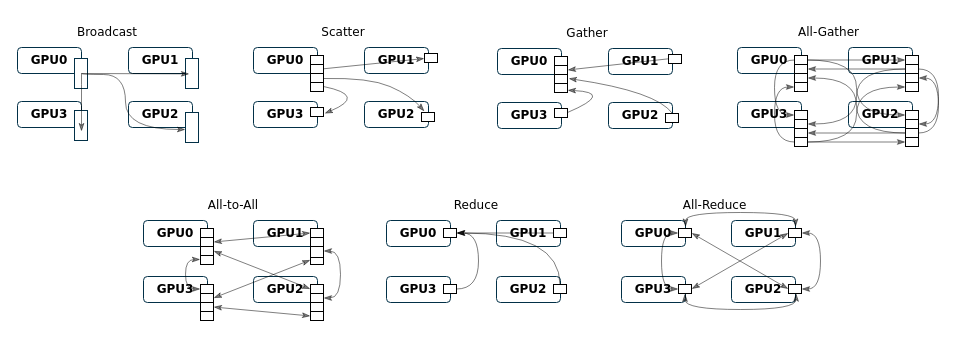
godaai/scale-py-zh keeps this draw.io diagram as drawio/ch-mpi-large-model/gpu-communication.drawio. Above is the earlier version. Source tidied: cells renumbered, new cells numbered last; positions are measured from the earlier drawing's top-left corner, leaving out a move shared by most shapes. Both pictures are drawn from the tidied source at 100%, with x=0, y=0 at pixel (17, 17).
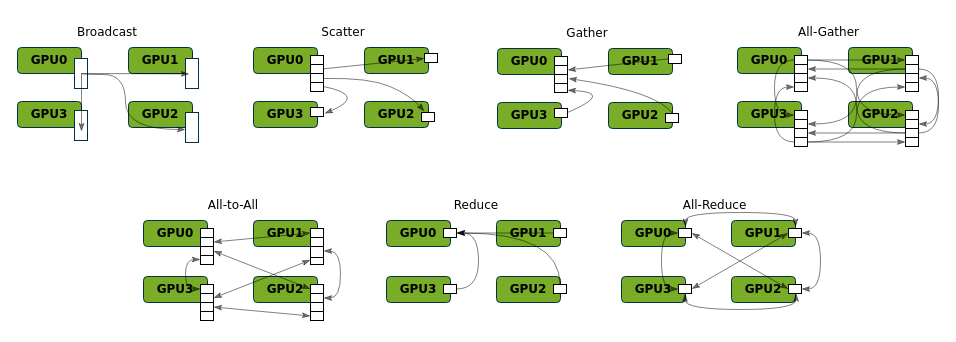
The same page after the edit.

What changed in the source:
```diff
@@
-    <mxCell id="2" value="&lt;b&gt;&lt;font face=&quot;Verdana&quot;&gt;GPU0&lt;/font&gt;&lt;/b&gt;" style="rounded=1;whiteSpace=wrap;html=1;fillColor=#FFFFFF;strokeColor=#023047;fontColor=#000000;" parent="1" vertex="1">
+    <mxCell id="2" value="&lt;b&gt;&lt;font face=&quot;Verdana&quot;&gt;GPU0&lt;/font&gt;&lt;/b&gt;" style="rounded=1;whiteSpace=wrap;html=1;fillColor=#79AC27;strokeColor=#023047;fontColor=#000000;" parent="1" vertex="1">
       <mxGeometry y="30" width="64" height="26" as="geometry" />
     </mxCell>
-    <mxCell id="3" value="&lt;b&gt;&lt;font face=&quot;Verdana&quot;&gt;GPU1&lt;/font&gt;&lt;/b&gt;" style="rounded=1;whiteSpace=wrap;html=1;fillColor=#FFFFFF;strokeColor=#023047;fontColor=#000000;" parent="1" vertex="1">
+    <mxCell id="3" value="&lt;b&gt;&lt;font face=&quot;Verdana&quot;&gt;GPU1&lt;/font&gt;&lt;/b&gt;" style="rounded=1;whiteSpace=wrap;html=1;fillColor=#79AC27;strokeColor=#023047;fontColor=#000000;" parent="1" vertex="1">
       <mxGeometry x="111" y="30" width="64" height="26" as="geometry" />
     </mxCell>
-    <mxCell id="4" value="&lt;b&gt;&lt;font face=&quot;Verdana&quot;&gt;GPU2&lt;/font&gt;&lt;/b&gt;" style="rounded=1;whiteSpace=wrap;html=1;fillColor=#FFFFFF;strokeColor=#023047;fontColor=#000000;" parent="1" vertex="1">
+    <mxCell id="4" value="&lt;b&gt;&lt;font face=&quot;Verdana&quot;&gt;GPU2&lt;/font&gt;&lt;/b&gt;" style="rounded=1;whiteSpace=wrap;html=1;fillColor=#79AC27;strokeColor=#023047;fontColor=#000000;" parent="1" vertex="1">
       <mxGeometry x="111" y="84" width="64" height="26" as="geometry" />
     </mxCell>
-    <mxCell id="5" value="&lt;b&gt;&lt;font face=&quot;Verdana&quot;&gt;GPU3&lt;/font&gt;&lt;/b&gt;" style="rounded=1;whiteSpace=wrap;html=1;fillColor=#FFFFFF;strokeColor=#023047;fontColor=#000000;" parent="1" vertex="1">
+    <mxCell id="5" value="&lt;b&gt;&lt;font face=&quot;Verdana&quot;&gt;GPU3&lt;/font&gt;&lt;/b&gt;" style="rounded=1;whiteSpace=wrap;html=1;fillColor=#79AC27;strokeColor=#023047;fontColor=#000000;" parent="1" vertex="1">
       <mxGeometry y="84" width="64" height="26" as="geometry" />
     </mxCell>
@@
-    <mxCell id="14" value="&lt;b&gt;&lt;font face=&quot;Verdana&quot;&gt;GPU0&lt;/font&gt;&lt;/b&gt;" style="rounded=1;whiteSpace=wrap;html=1;fillColor=#FFFFFF;strokeColor=#023047;fontColor=#000000;" parent="1" vertex="1">
+    <mxCell id="14" value="&lt;b&gt;&lt;font face=&quot;Verdana&quot;&gt;GPU0&lt;/font&gt;&lt;/b&gt;" style="rounded=1;whiteSpace=wrap;html=1;fillColor=#79AC27;strokeColor=#023047;fontColor=#000000;" parent="1" vertex="1">
       <mxGeometry x="236" y="30" width="64" height="26" as="geometry" />
     </mxCell>
-    <mxCell id="15" value="&lt;b&gt;&lt;font face=&quot;Verdana&quot;&gt;GPU1&lt;/font&gt;&lt;/b&gt;" style="rounded=1;whiteSpace=wrap;html=1;fillColor=#FFFFFF;strokeColor=#023047;fontColor=#000000;" parent="1" vertex="1">
+    <mxCell id="15" value="&lt;b&gt;&lt;font face=&quot;Verdana&quot;&gt;GPU1&lt;/font&gt;&lt;/b&gt;" style="rounded=1;whiteSpace=wrap;html=1;fillColor=#79AC27;strokeColor=#023047;fontColor=#000000;" parent="1" vertex="1">
       <mxGeometry x="347" y="30" width="64" height="26" as="geometry" />
     </mxCell>
-    <mxCell id="16" value="&lt;b&gt;&lt;font face=&quot;Verdana&quot;&gt;GPU2&lt;/font&gt;&lt;/b&gt;" style="rounded=1;whiteSpace=wrap;html=1;fillColor=#FFFFFF;strokeColor=#023047;fontColor=#000000;" parent="1" vertex="1">
+    <mxCell id="16" value="&lt;b&gt;&lt;font face=&quot;Verdana&quot;&gt;GPU2&lt;/font&gt;&lt;/b&gt;" style="rounded=1;whiteSpace=wrap;html=1;fillColor=#79AC27;strokeColor=#023047;fontColor=#000000;" parent="1" vertex="1">
       <mxGeometry x="347" y="84" width="64" height="26" as="geometry" />
     </mxCell>
-    <mxCell id="17" value="&lt;b&gt;&lt;font face=&quot;Verdana&quot;&gt;GPU3&lt;/font&gt;&lt;/b&gt;" style="rounded=1;whiteSpace=wrap;html=1;fillColor=#FFFFFF;strokeColor=#023047;fontColor=#000000;" parent="1" vertex="1">
+    <mxCell id="17" value="&lt;b&gt;&lt;font face=&quot;Verdana&quot;&gt;GPU3&lt;/font&gt;&lt;/b&gt;" style="rounded=1;whiteSpace=wrap;html=1;fillColor=#79AC27;strokeColor=#023047;fontColor=#000000;" parent="1" vertex="1">
       <mxGeometry x="236" y="84" width="64" height="26" as="geometry" />
     </mxCell>
@@
-    <mxCell id="29" value="&lt;b&gt;&lt;font face=&quot;Verdana&quot;&gt;GPU0&lt;/font&gt;&lt;/b&gt;" style="rounded=1;whiteSpace=wrap;html=1;fillColor=#FFFFFF;strokeColor=#023047;fontColor=#000000;" parent="1" vertex="1">
+    <mxCell id="29" value="&lt;b&gt;&lt;font face=&quot;Verdana&quot;&gt;GPU0&lt;/font&gt;&lt;/b&gt;" style="rounded=1;whiteSpace=wrap;html=1;fillColor=#79AC27;strokeColor=#023047;fontColor=#000000;" parent="1" vertex="1">
       <mxGeometry x="480" y="31" width="64" height="26" as="geometry" />
     </mxCell>
-    <mxCell id="30" value="&lt;b&gt;&lt;font face=&quot;Verdana&quot;&gt;GPU1&lt;/font&gt;&lt;/b&gt;" style="rounded=1;whiteSpace=wrap;html=1;fillColor=#FFFFFF;strokeColor=#023047;fontColor=#000000;" parent="1" vertex="1">
+    <mxCell id="30" value="&lt;b&gt;&lt;font face=&quot;Verdana&quot;&gt;GPU1&lt;/font&gt;&lt;/b&gt;" style="rounded=1;whiteSpace=wrap;html=1;fillColor=#79AC27;strokeColor=#023047;fontColor=#000000;" parent="1" vertex="1">
       <mxGeometry x="591" y="31" width="64" height="26" as="geometry" />
     </mxCell>
-    <mxCell id="31" value="&lt;b&gt;&lt;font face=&quot;Verdana&quot;&gt;GPU2&lt;/font&gt;&lt;/b&gt;" style="rounded=1;whiteSpace=wrap;html=1;fillColor=#FFFFFF;strokeColor=#023047;fontColor=#000000;" parent="1" vertex="1">
+    <mxCell id="31" value="&lt;b&gt;&lt;font face=&quot;Verdana&quot;&gt;GPU2&lt;/font&gt;&lt;/b&gt;" style="rounded=1;whiteSpace=wrap;html=1;fillColor=#79AC27;strokeColor=#023047;fontColor=#000000;" parent="1" vertex="1">
       <mxGeometry x="591" y="85" width="64" height="26" as="geometry" />
     </mxCell>
-    <mxCell id="32" value="&lt;b&gt;&lt;font face=&quot;Verdana&quot;&gt;GPU3&lt;/font&gt;&lt;/b&gt;" style="rounded=1;whiteSpace=wrap;html=1;fillColor=#FFFFFF;strokeColor=#023047;fontColor=#000000;" parent="1" vertex="1">
+    <mxCell id="32" value="&lt;b&gt;&lt;font face=&quot;Verdana&quot;&gt;GPU3&lt;/font&gt;&lt;/b&gt;" style="rounded=1;whiteSpace=wrap;html=1;fillColor=#79AC27;strokeColor=#023047;fontColor=#000000;" parent="1" vertex="1">
       <mxGeometry x="480" y="85" width="64" height="26" as="geometry" />
     </mxCell>
@@
-    <mxCell id="44" value="&lt;b&gt;&lt;font face=&quot;Verdana&quot;&gt;GPU0&lt;/font&gt;&lt;/b&gt;" style="rounded=1;whiteSpace=wrap;html=1;fillColor=#FFFFFF;strokeColor=#023047;fontColor=#000000;" parent="1" vertex="1">
+    <mxCell id="44" value="&lt;b&gt;&lt;font face=&quot;Verdana&quot;&gt;GPU0&lt;/font&gt;&lt;/b&gt;" style="rounded=1;whiteSpace=wrap;html=1;fillColor=#79AC27;strokeColor=#023047;fontColor=#000000;" parent="1" vertex="1">
       <mxGeometry x="720" y="30" width="64" height="26" as="geometry" />
     </mxCell>
-    <mxCell id="45" value="&lt;b&gt;&lt;font face=&quot;Verdana&quot;&gt;GPU1&lt;/font&gt;&lt;/b&gt;" style="rounded=1;whiteSpace=wrap;html=1;fillColor=#FFFFFF;strokeColor=#023047;fontColor=#000000;" parent="1" vertex="1">
+    <mxCell id="45" value="&lt;b&gt;&lt;font face=&quot;Verdana&quot;&gt;GPU1&lt;/font&gt;&lt;/b&gt;" style="rounded=1;whiteSpace=wrap;html=1;fillColor=#79AC27;strokeColor=#023047;fontColor=#000000;" parent="1" vertex="1">
       <mxGeometry x="831" y="30" width="64" height="26" as="geometry" />
     </mxCell>
-    <mxCell id="46" value="&lt;b&gt;&lt;font face=&quot;Verdana&quot;&gt;GPU2&lt;/font&gt;&lt;/b&gt;" style="rounded=1;whiteSpace=wrap;html=1;fillColor=#FFFFFF;strokeColor=#023047;fontColor=#000000;" parent="1" vertex="1">
+    <mxCell id="46" value="&lt;b&gt;&lt;font face=&quot;Verdana&quot;&gt;GPU2&lt;/font&gt;&lt;/b&gt;" style="rounded=1;whiteSpace=wrap;html=1;fillColor=#79AC27;strokeColor=#023047;fontColor=#000000;" parent="1" vertex="1">
       <mxGeometry x="831" y="84" width="64" height="26" as="geometry" />
     </mxCell>
-    <mxCell id="47" value="&lt;b&gt;&lt;font face=&quot;Verdana&quot;&gt;GPU3&lt;/font&gt;&lt;/b&gt;" style="rounded=1;whiteSpace=wrap;html=1;fillColor=#FFFFFF;strokeColor=#023047;fontColor=#000000;" parent="1" vertex="1">
+    <mxCell id="47" value="&lt;b&gt;&lt;font face=&quot;Verdana&quot;&gt;GPU3&lt;/font&gt;&lt;/b&gt;" style="rounded=1;whiteSpace=wrap;html=1;fillColor=#79AC27;strokeColor=#023047;fontColor=#000000;" parent="1" vertex="1">
       <mxGeometry x="720" y="84" width="64" height="26" as="geometry" />
     </mxCell>
@@
-    <mxCell id="61" value="&lt;b&gt;&lt;font face=&quot;Verdana&quot;&gt;GPU0&lt;/font&gt;&lt;/b&gt;" style="rounded=1;whiteSpace=wrap;html=1;fillColor=#FFFFFF;strokeColor=#023047;fontColor=#000000;" parent="1" vertex="1">
+    <mxCell id="61" value="&lt;b&gt;&lt;font face=&quot;Verdana&quot;&gt;GPU0&lt;/font&gt;&lt;/b&gt;" style="rounded=1;whiteSpace=wrap;html=1;fillColor=#79AC27;strokeColor=#023047;fontColor=#000000;" parent="1" vertex="1">
       <mxGeometry x="126" y="203" width="64" height="26" as="geometry" />
     </mxCell>
@@
-    <mxCell id="67" value="&lt;b&gt;&lt;font face=&quot;Verdana&quot;&gt;GPU1&lt;/font&gt;&lt;/b&gt;" style="rounded=1;whiteSpace=wrap;html=1;fillColor=#FFFFFF;strokeColor=#023047;fontColor=#000000;" parent="1" vertex="1">
+    <mxCell id="67" value="&lt;b&gt;&lt;font face=&quot;Verdana&quot;&gt;GPU1&lt;/font&gt;&lt;/b&gt;" style="rounded=1;whiteSpace=wrap;html=1;fillColor=#79AC27;strokeColor=#023047;fontColor=#000000;" parent="1" vertex="1">
       <mxGeometry x="236" y="203" width="64" height="26" as="geometry" />
     </mxCell>
@@
-    <mxCell id="72" value="&lt;b&gt;&lt;font face=&quot;Verdana&quot;&gt;GPU3&lt;/font&gt;&lt;/b&gt;" style="rounded=1;whiteSpace=wrap;html=1;fillColor=#FFFFFF;strokeColor=#023047;fontColor=#000000;" parent="1" vertex="1">
+    <mxCell id="72" value="&lt;b&gt;&lt;font face=&quot;Verdana&quot;&gt;GPU3&lt;/font&gt;&lt;/b&gt;" style="rounded=1;whiteSpace=wrap;html=1;fillColor=#79AC27;strokeColor=#023047;fontColor=#000000;" parent="1" vertex="1">
       <mxGeometry x="126" y="259" width="64" height="26" as="geometry" />
     </mxCell>
@@
-    <mxCell id="77" value="&lt;b&gt;&lt;font face=&quot;Verdana&quot;&gt;GPU2&lt;/font&gt;&lt;/b&gt;" style="rounded=1;whiteSpace=wrap;html=1;fillColor=#FFFFFF;strokeColor=#023047;fontColor=#000000;" parent="1" vertex="1">
+    <mxCell id="77" value="&lt;b&gt;&lt;font face=&quot;Verdana&quot;&gt;GPU2&lt;/font&gt;&lt;/b&gt;" style="rounded=1;whiteSpace=wrap;html=1;fillColor=#79AC27;strokeColor=#023047;fontColor=#000000;" parent="1" vertex="1">
       <mxGeometry x="236" y="259" width="64" height="26" as="geometry" />
     </mxCell>
@@
-    <mxCell id="88" value="&lt;b&gt;&lt;font face=&quot;Verdana&quot;&gt;GPU0&lt;/font&gt;&lt;/b&gt;" style="rounded=1;whiteSpace=wrap;html=1;fillColor=#FFFFFF;strokeColor=#023047;fontColor=#000000;" parent="1" vertex="1">
+    <mxCell id="88" value="&lt;b&gt;&lt;font face=&quot;Verdana&quot;&gt;GPU0&lt;/font&gt;&lt;/b&gt;" style="rounded=1;whiteSpace=wrap;html=1;fillColor=#79AC27;strokeColor=#023047;fontColor=#000000;" parent="1" vertex="1">
       <mxGeometry x="369" y="203" width="64" height="26" as="geometry" />
     </mxCell>
@@
-    <mxCell id="91" value="&lt;b&gt;&lt;font face=&quot;Verdana&quot;&gt;GPU1&lt;/font&gt;&lt;/b&gt;" style="rounded=1;whiteSpace=wrap;html=1;fillColor=#FFFFFF;strokeColor=#023047;fontColor=#000000;" parent="1" vertex="1">
+    <mxCell id="91" value="&lt;b&gt;&lt;font face=&quot;Verdana&quot;&gt;GPU1&lt;/font&gt;&lt;/b&gt;" style="rounded=1;whiteSpace=wrap;html=1;fillColor=#79AC27;strokeColor=#023047;fontColor=#000000;" parent="1" vertex="1">
       <mxGeometry x="479" y="203" width="64" height="26" as="geometry" />
     </mxCell>
@@
-    <mxCell id="93" value="&lt;b&gt;&lt;font face=&quot;Verdana&quot;&gt;GPU3&lt;/font&gt;&lt;/b&gt;" style="rounded=1;whiteSpace=wrap;html=1;fillColor=#FFFFFF;strokeColor=#023047;fontColor=#000000;" parent="1" vertex="1">
+    <mxCell id="93" value="&lt;b&gt;&lt;font face=&quot;Verdana&quot;&gt;GPU3&lt;/font&gt;&lt;/b&gt;" style="rounded=1;whiteSpace=wrap;html=1;fillColor=#79AC27;strokeColor=#023047;fontColor=#000000;" parent="1" vertex="1">
       <mxGeometry x="369" y="259" width="64" height="26" as="geometry" />
     </mxCell>
@@
-    <mxCell id="95" value="&lt;b&gt;&lt;font face=&quot;Verdana&quot;&gt;GPU2&lt;/font&gt;&lt;/b&gt;" style="rounded=1;whiteSpace=wrap;html=1;fillColor=#FFFFFF;strokeColor=#023047;fontColor=#000000;" parent="1" vertex="1">
+    <mxCell id="95" value="&lt;b&gt;&lt;font face=&quot;Verdana&quot;&gt;GPU2&lt;/font&gt;&lt;/b&gt;" style="rounded=1;whiteSpace=wrap;html=1;fillColor=#79AC27;strokeColor=#023047;fontColor=#000000;" parent="1" vertex="1">
       <mxGeometry x="479" y="259" width="64" height="26" as="geometry" />
     </mxCell>
@@
-    <mxCell id="99" value="&lt;b&gt;&lt;font face=&quot;Verdana&quot;&gt;GPU0&lt;/font&gt;&lt;/b&gt;" style="rounded=1;whiteSpace=wrap;html=1;fillColor=#FFFFFF;strokeColor=#023047;fontColor=#000000;" parent="1" vertex="1">
+    <mxCell id="99" value="&lt;b&gt;&lt;font face=&quot;Verdana&quot;&gt;GPU0&lt;/font&gt;&lt;/b&gt;" style="rounded=1;whiteSpace=wrap;html=1;fillColor=#79AC27;strokeColor=#023047;fontColor=#000000;" parent="1" vertex="1">
       <mxGeometry x="604" y="203" width="64" height="26" as="geometry" />
     </mxCell>
@@
-    <mxCell id="102" value="&lt;b&gt;&lt;font face=&quot;Verdana&quot;&gt;GPU1&lt;/font&gt;&lt;/b&gt;" style="rounded=1;whiteSpace=wrap;html=1;fillColor=#FFFFFF;strokeColor=#023047;fontColor=#000000;" parent="1" vertex="1">
+    <mxCell id="102" value="&lt;b&gt;&lt;font face=&quot;Verdana&quot;&gt;GPU1&lt;/font&gt;&lt;/b&gt;" style="rounded=1;whiteSpace=wrap;html=1;fillColor=#79AC27;strokeColor=#023047;fontColor=#000000;" parent="1" vertex="1">
       <mxGeometry x="714" y="203" width="64" height="26" as="geometry" />
     </mxCell>
@@
-    <mxCell id="104" value="&lt;b&gt;&lt;font face=&quot;Verdana&quot;&gt;GPU3&lt;/font&gt;&lt;/b&gt;" style="rounded=1;whiteSpace=wrap;html=1;fillColor=#FFFFFF;strokeColor=#023047;fontColor=#000000;" parent="1" vertex="1">
+    <mxCell id="104" value="&lt;b&gt;&lt;font face=&quot;Verdana&quot;&gt;GPU3&lt;/font&gt;&lt;/b&gt;" style="rounded=1;whiteSpace=wrap;html=1;fillColor=#79AC27;strokeColor=#023047;fontColor=#000000;" parent="1" vertex="1">
       <mxGeometry x="604" y="259" width="64" height="26" as="geometry" />
     </mxCell>
@@
-    <mxCell id="106" value="&lt;b&gt;&lt;font face=&quot;Verdana&quot;&gt;GPU2&lt;/font&gt;&lt;/b&gt;" style="rounded=1;whiteSpace=wrap;html=1;fillColor=#FFFFFF;strokeColor=#023047;fontColor=#000000;" parent="1" vertex="1">
+    <mxCell id="106" value="&lt;b&gt;&lt;font face=&quot;Verdana&quot;&gt;GPU2&lt;/font&gt;&lt;/b&gt;" style="rounded=1;whiteSpace=wrap;html=1;fillColor=#79AC27;strokeColor=#023047;fontColor=#000000;" parent="1" vertex="1">
       <mxGeometry x="714" y="259" width="64" height="26" as="geometry" />
     </mxCell>
```
